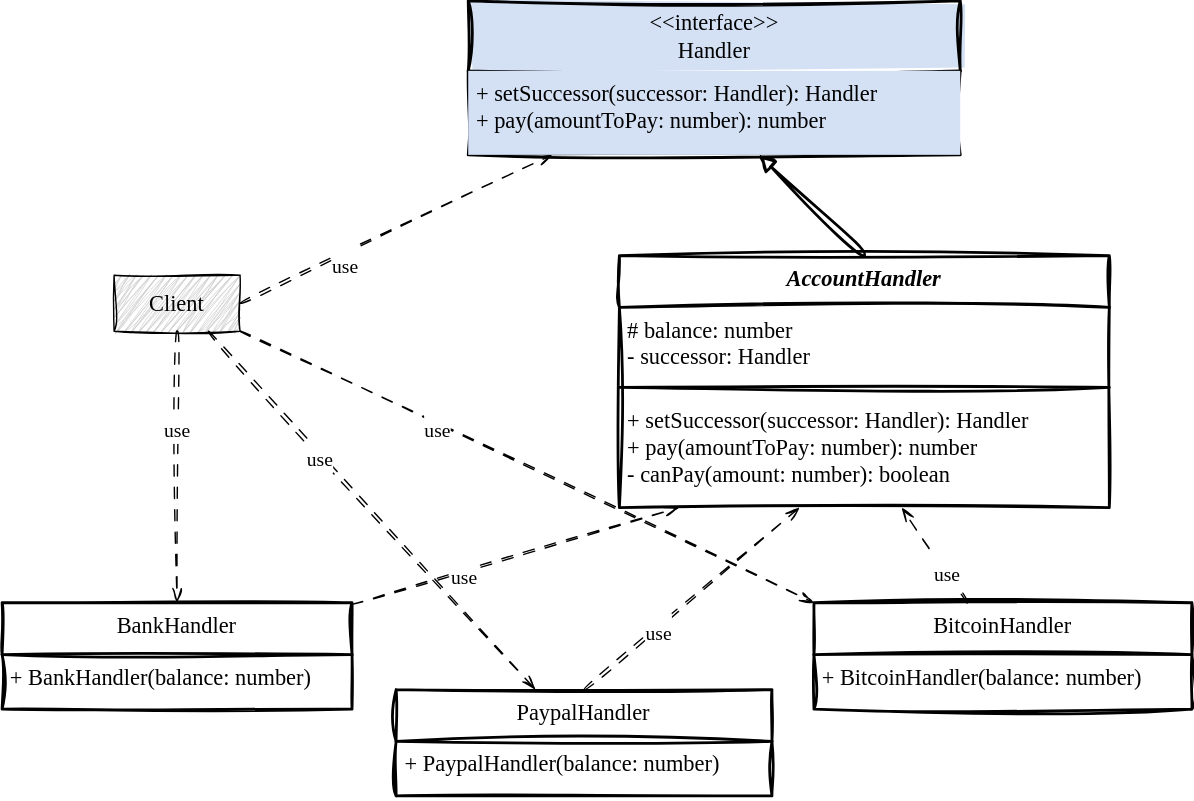
marcusviniciusfa/padroes-de-projeto-em-typescript keeps this draw.io diagram as src/behavioral/chain-of-responsibility/chain-of-responsibility-diagram.svg. Above is the earlier version. Source tidied: cells renumbered, new cells last; positions are measured from the earlier drawing's top-left corner, leaving out a move shared by most shapes.
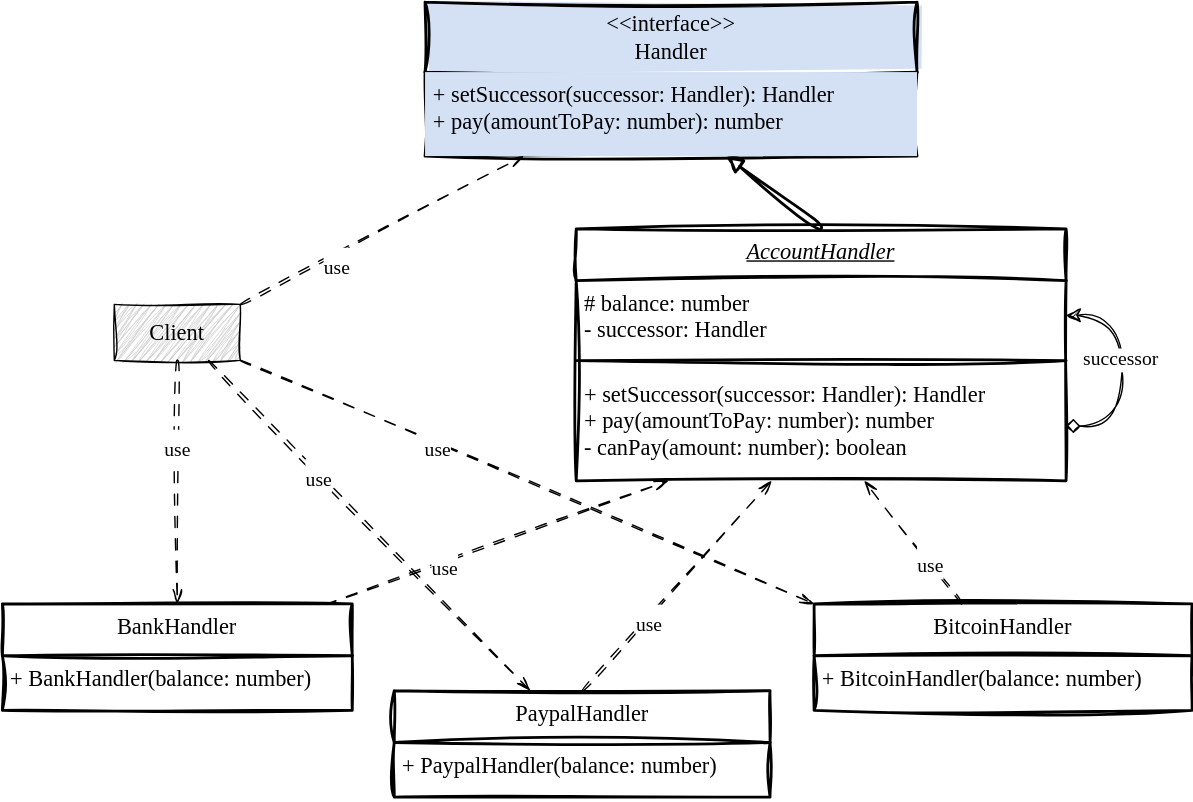
Above is the later version.

Change to the diagram source:
```diff
@@ -2,14 +2,14 @@
   <root>
     <mxCell id="0" />
     <mxCell id="1" parent="0" />
-    <mxCell id="2" style="edgeStyle=none;curved=1;rounded=0;sketch=1;hachureGap=4;jiggle=2;curveFitting=1;jettySize=auto;html=1;exitX=1;exitY=0.5;exitDx=0;exitDy=0;fontFamily=Architects Daughter;fontSource=https%3A%2F%2Ffonts.googleapis.com%2Fcss%3Ffamily%3DArchitects%2BDaughter;fontSize=16;startSize=8;endSize=8;endArrow=openThin;endFill=0;dashed=1;dashPattern=8 8;" parent="1" edge="1" source="4" target="5">
+    <mxCell id="2" style="edgeStyle=none;curved=1;rounded=0;sketch=1;hachureGap=4;jiggle=2;curveFitting=1;jettySize=auto;html=1;exitX=1;exitY=0;exitDx=0;exitDy=0;fontFamily=Architects Daughter;fontSource=https%3A%2F%2Ffonts.googleapis.com%2Fcss%3Ffamily%3DArchitects%2BDaughter;fontSize=16;startSize=8;endSize=8;endArrow=openThin;endFill=0;dashed=1;dashPattern=8 8;" parent="1" edge="1" source="4" target="5">
       <mxGeometry relative="1" as="geometry" />
     </mxCell>
     <mxCell id="3" value="&lt;font style=&quot;font-size: 14px;&quot; face=&quot;Comic Sans MS&quot;&gt;use&lt;/font&gt;" style="edgeLabel;html=1;align=center;verticalAlign=middle;fontSize=20;fontFamily=Architects Daughter;" parent="2" vertex="1">
       <mxGeometry x="-0.35" y="-5" relative="1" as="geometry" />
     </mxCell>
     <mxCell id="4" value="Client" style="html=1;whiteSpace=wrap;sketch=1;hachureGap=4;jiggle=2;curveFitting=1;fontFamily=Comic Sans MS;fontSize=16;fillColor=#CCCCCC;fillStyle=zigzag;" parent="1" vertex="1">
-      <mxGeometry x="80" y="196" width="90" height="40" as="geometry" />
+      <mxGeometry x="111" y="216" width="90" height="40" as="geometry" />
     </mxCell>
     <mxCell id="5" value="&amp;lt;&amp;lt;interface&amp;gt;&amp;gt;&lt;br style=&quot;font-size: 16px;&quot;&gt;Handler" style="swimlane;fontStyle=0;horizontal=1;startSize=50;fillColor=#D4E1F5;hachureGap=4;fontFamily=Comic Sans MS;fontSize=16;strokeColor=default;fontColor=#000000;labelBorderColor=none;labelBackgroundColor=none;swimlaneFillColor=none;shadow=0;sketch=1;curveFitting=1;jiggle=2;html=1;whiteSpace=wrap;align=center;fillStyle=solid;strokeWidth=2;" parent="1" vertex="1">
       <mxGeometry x="333" width="351.5" height="110" as="geometry" />
@@ -29,8 +29,8 @@
         <mxPoint x="422.2" y="434" as="targetPoint" />
       </mxGeometry>
     </mxCell>
-    <mxCell id="9" value="&lt;span style=&quot;font-size: 16px;&quot;&gt;&lt;b style=&quot;&quot;&gt;&lt;i style=&quot;&quot;&gt;AccountHandler&lt;/i&gt;&lt;/b&gt;&lt;/span&gt;" style="swimlane;fontStyle=0;align=center;verticalAlign=top;horizontal=1;startSize=37;whiteSpace=wrap;html=1;sketch=1;hachureGap=4;jiggle=2;curveFitting=1;fontFamily=Comic Sans MS;fontSize=16;strokeWidth=2;" parent="1" vertex="1">
-      <mxGeometry x="441" y="182" width="350" height="180" as="geometry" />
+    <mxCell id="9" value="&lt;span style=&quot;font-size: 16px;&quot;&gt;&lt;u&gt;&lt;i&gt;AccountHandler&lt;/i&gt;&lt;/u&gt;&lt;/span&gt;" style="swimlane;fontStyle=0;align=center;verticalAlign=top;horizontal=1;startSize=37;whiteSpace=wrap;html=1;sketch=1;hachureGap=4;jiggle=2;curveFitting=1;fontFamily=Comic Sans MS;fontSize=16;strokeWidth=2;" parent="1" vertex="1">
+      <mxGeometry x="441" y="162" width="350" height="180" as="geometry" />
     </mxCell>
     <mxCell id="10" value="# balance: number&lt;br&gt;- successor: Handler" style="text;strokeColor=none;fillColor=none;align=left;verticalAlign=top;spacingLeft=4;spacingRight=4;overflow=hidden;points=[[0,0.5],[1,0.5]];portConstraint=eastwest;whiteSpace=wrap;html=1;fontSize=16;fontFamily=Comic Sans MS;strokeWidth=2;" parent="9" vertex="1">
       <mxGeometry y="37" width="350" height="49.5" as="geometry" />
@@ -38,65 +38,76 @@
     <mxCell id="11" style="line;strokeWidth=2;fillColor=none;align=left;verticalAlign=middle;spacingTop=-1;spacingLeft=3;spacingRight=3;labelPosition=right;strokeColor=inherit;sketch=1;hachureGap=4;jiggle=2;curveFitting=1;fontFamily=Comic Sans MS;fontSize=16;" parent="9" vertex="1">
       <mxGeometry y="86.5" width="350" height="15.2" as="geometry" />
     </mxCell>
-    <mxCell id="12" value="+ setSuccessor(successor: Handler): Handler&lt;br style=&quot;border-color: var(--border-color);&quot;&gt;+ pay(amountToPay: number): number&lt;br&gt;- canPay(amount: number): boolean" style="text;strokeColor=none;fillColor=none;align=left;verticalAlign=top;spacingLeft=4;spacingRight=4;overflow=hidden;points=[[0,0.5],[1,0.5]];portConstraint=eastwest;whiteSpace=wrap;html=1;fontSize=16;fontFamily=Comic Sans MS;strokeWidth=2;" parent="9" vertex="1">
-      <mxGeometry y="101.8" width="350" height="78.2" as="geometry" />
+    <mxCell id="12" style="edgeStyle=orthogonalEdgeStyle;rounded=0;sketch=1;hachureGap=4;jiggle=2;curveFitting=1;jettySize=auto;html=1;exitX=1;exitY=0.5;exitDx=0;exitDy=0;fontFamily=Architects Daughter;fontSource=https%3A%2F%2Ffonts.googleapis.com%2Fcss%3Ffamily%3DArchitects%2BDaughter;fontSize=16;startSize=8;endSize=8;curved=1;entryX=1;entryY=0.5;entryDx=0;entryDy=0;endArrow=classic;endFill=1;startArrow=diamond;startFill=0;" parent="9" edge="1" source="14" target="10">
+      <mxGeometry relative="1" as="geometry">
+        <Array as="points">
+          <mxPoint x="390" y="141" />
+          <mxPoint x="390" y="62" />
+        </Array>
+      </mxGeometry>
     </mxCell>
-    <mxCell id="13" style="edgeStyle=none;curved=1;rounded=0;sketch=1;hachureGap=4;jiggle=2;curveFitting=1;jettySize=auto;html=1;fontFamily=Comic Sans MS;fontSize=16;startSize=8;endSize=8;endArrow=block;endFill=0;exitX=0.5;exitY=0;exitDx=0;exitDy=0;strokeWidth=2;fontSource=https%3A%2F%2Ffonts.googleapis.com%2Fcss%3Ffamily%3DArchitects%2BDaughter;" parent="1" edge="1" source="9" target="6">
-      <mxGeometry relative="1" as="geometry" />
+    <mxCell id="13" value="successor" style="edgeLabel;html=1;align=center;verticalAlign=middle;fontSize=14;fontFamily=Comic Sans MS;" parent="12" vertex="1">
+      <mxGeometry x="0.11" y="2" relative="1" as="geometry" />
     </mxCell>
-    <mxCell id="14" value="BankHandler" style="swimlane;fontStyle=0;align=center;verticalAlign=top;horizontal=1;startSize=37;whiteSpace=wrap;html=1;sketch=1;hachureGap=4;jiggle=2;curveFitting=1;fontFamily=Comic Sans MS;fontSize=16;strokeWidth=2;" parent="1" vertex="1">
-      <mxGeometry y="430" width="250" height="76" as="geometry" />
+    <mxCell id="14" value="+ setSuccessor(successor: Handler): Handler&lt;br style=&quot;border-color: var(--border-color);&quot;&gt;+ pay(amountToPay: number): number&lt;br&gt;- canPay(amount: number): boolean" style="text;strokeColor=none;fillColor=none;align=left;verticalAlign=top;spacingLeft=4;spacingRight=4;overflow=hidden;points=[[0,0.5],[1,0.5]];portConstraint=eastwest;whiteSpace=wrap;html=1;fontSize=16;fontFamily=Comic Sans MS;strokeWidth=2;" parent="9" vertex="1">
+      <mxGeometry y="101.8" width="350" height="78.2" as="geometry" />
     </mxCell>
-    <mxCell id="15" value="+&amp;nbsp;BankHandler(balance: number)" style="text;strokeColor=none;fillColor=none;align=left;verticalAlign=top;spacingLeft=4;spacingRight=4;overflow=hidden;whiteSpace=wrap;html=1;fontSize=16;fontFamily=Comic Sans MS;strokeWidth=2;" parent="14" vertex="1">
-      <mxGeometry y="37" width="250" height="39" as="geometry" />
+    <mxCell id="15" style="edgeStyle=none;curved=1;rounded=0;sketch=1;hachureGap=4;jiggle=2;curveFitting=1;jettySize=auto;html=1;fontFamily=Comic Sans MS;fontSize=16;startSize=8;endSize=8;endArrow=block;endFill=0;exitX=0.5;exitY=0;exitDx=0;exitDy=0;strokeWidth=2;fontSource=https%3A%2F%2Ffonts.googleapis.com%2Fcss%3Ffamily%3DArchitects%2BDaughter;" parent="1" edge="1" source="9" target="6">
+      <mxGeometry relative="1" as="geometry" />
     </mxCell>
-    <mxCell id="16" value="PaypalHandler" style="swimlane;fontStyle=0;align=center;verticalAlign=top;horizontal=1;startSize=37;whiteSpace=wrap;html=1;sketch=1;hachureGap=4;jiggle=2;curveFitting=1;fontFamily=Comic Sans MS;fontSize=16;strokeWidth=2;" parent="1" vertex="1">
-      <mxGeometry x="281.5" y="492" width="268.5" height="76" as="geometry" />
+    <mxCell id="16" value="BankHandler" style="swimlane;fontStyle=0;align=center;verticalAlign=top;horizontal=1;startSize=37;whiteSpace=wrap;html=1;sketch=1;hachureGap=4;jiggle=2;curveFitting=1;fontFamily=Comic Sans MS;fontSize=16;strokeWidth=2;" parent="1" vertex="1">
+      <mxGeometry x="31" y="430" width="250" height="76" as="geometry" />
     </mxCell>
-    <mxCell id="17" value="+&amp;nbsp;PaypalHandler(balance: number)" style="text;strokeColor=none;fillColor=none;align=left;verticalAlign=top;spacingLeft=4;spacingRight=4;overflow=hidden;whiteSpace=wrap;html=1;fontSize=16;fontFamily=Comic Sans MS;strokeWidth=2;" parent="16" vertex="1">
-      <mxGeometry y="37" width="268.5" height="39" as="geometry" />
+    <mxCell id="17" value="+&amp;nbsp;BankHandler(balance: number)" style="text;strokeColor=none;fillColor=none;align=left;verticalAlign=top;spacingLeft=4;spacingRight=4;overflow=hidden;whiteSpace=wrap;html=1;fontSize=16;fontFamily=Comic Sans MS;strokeWidth=2;" parent="16" vertex="1">
+      <mxGeometry y="37" width="250" height="39" as="geometry" />
     </mxCell>
-    <mxCell id="18" value="BitcoinHandler" style="swimlane;fontStyle=0;align=center;verticalAlign=top;horizontal=1;startSize=37;whiteSpace=wrap;html=1;sketch=1;hachureGap=4;jiggle=2;curveFitting=1;fontFamily=Comic Sans MS;fontSize=16;strokeWidth=2;" parent="1" vertex="1">
-      <mxGeometry x="580" y="430" width="270" height="76" as="geometry" />
+    <mxCell id="18" value="PaypalHandler" style="swimlane;fontStyle=0;align=center;verticalAlign=top;horizontal=1;startSize=37;whiteSpace=wrap;html=1;sketch=1;hachureGap=4;jiggle=2;curveFitting=1;fontFamily=Comic Sans MS;fontSize=16;strokeWidth=2;" parent="1" vertex="1">
+      <mxGeometry x="311" y="492" width="268.5" height="76" as="geometry" />
     </mxCell>
-    <mxCell id="19" value="+&amp;nbsp;BitcoinHandler(balance: number)" style="text;strokeColor=none;fillColor=none;align=left;verticalAlign=top;spacingLeft=4;spacingRight=4;overflow=hidden;whiteSpace=wrap;html=1;fontSize=16;fontFamily=Comic Sans MS;strokeWidth=2;" parent="18" vertex="1">
-      <mxGeometry y="37" width="270" height="39" as="geometry" />
+    <mxCell id="19" value="+&amp;nbsp;PaypalHandler(balance: number)" style="text;strokeColor=none;fillColor=none;align=left;verticalAlign=top;spacingLeft=4;spacingRight=4;overflow=hidden;whiteSpace=wrap;html=1;fontSize=16;fontFamily=Comic Sans MS;strokeWidth=2;" parent="18" vertex="1">
+      <mxGeometry y="37" width="268.5" height="39" as="geometry" />
     </mxCell>
-    <mxCell id="20" style="edgeStyle=none;curved=1;rounded=0;sketch=1;hachureGap=4;jiggle=2;curveFitting=1;jettySize=auto;html=1;fontFamily=Architects Daughter;fontSource=https%3A%2F%2Ffonts.googleapis.com%2Fcss%3Ffamily%3DArchitects%2BDaughter;fontSize=16;startSize=8;endSize=8;dashed=1;dashPattern=8 8;endArrow=openThin;endFill=0;" parent="1" edge="1" source="14" target="12">
-      <mxGeometry relative="1" as="geometry" />
+    <mxCell id="20" value="BitcoinHandler" style="swimlane;fontStyle=0;align=center;verticalAlign=top;horizontal=1;startSize=37;whiteSpace=wrap;html=1;sketch=1;hachureGap=4;jiggle=2;curveFitting=1;fontFamily=Comic Sans MS;fontSize=16;strokeWidth=2;" parent="1" vertex="1">
+      <mxGeometry x="611" y="430" width="270" height="76" as="geometry" />
     </mxCell>
-    <mxCell id="21" value="&lt;font face=&quot;Comic Sans MS&quot; style=&quot;font-size: 14px;&quot;&gt;use&lt;/font&gt;" style="edgeLabel;html=1;align=center;verticalAlign=middle;fontSize=20;fontFamily=Architects Daughter;sketch=1;hachureGap=4;jiggle=2;curveFitting=1;fontSource=https%3A%2F%2Ffonts.googleapis.com%2Fcss%3Ffamily%3DArchitects%2BDaughter;" parent="20" vertex="1">
-      <mxGeometry x="-0.31" y="-1" relative="1" as="geometry" />
+    <mxCell id="21" value="+&amp;nbsp;BitcoinHandler(balance: number)" style="text;strokeColor=none;fillColor=none;align=left;verticalAlign=top;spacingLeft=4;spacingRight=4;overflow=hidden;whiteSpace=wrap;html=1;fontSize=16;fontFamily=Comic Sans MS;strokeWidth=2;" parent="20" vertex="1">
+      <mxGeometry y="37" width="270" height="39" as="geometry" />
     </mxCell>
-    <mxCell id="22" style="edgeStyle=none;curved=1;rounded=0;sketch=1;hachureGap=4;jiggle=2;curveFitting=1;jettySize=auto;html=1;exitX=0.5;exitY=0;exitDx=0;exitDy=0;fontFamily=Architects Daughter;fontSource=https%3A%2F%2Ffonts.googleapis.com%2Fcss%3Ffamily%3DArchitects%2BDaughter;fontSize=16;startSize=8;endSize=8;dashed=1;dashPattern=8 8;endArrow=openThin;endFill=0;" parent="1" edge="1" source="16" target="12">
+    <mxCell id="22" style="edgeStyle=none;curved=1;rounded=0;sketch=1;hachureGap=4;jiggle=2;curveFitting=1;jettySize=auto;html=1;fontFamily=Architects Daughter;fontSource=https%3A%2F%2Ffonts.googleapis.com%2Fcss%3Ffamily%3DArchitects%2BDaughter;fontSize=16;startSize=8;endSize=8;dashed=1;dashPattern=8 8;endArrow=openThin;endFill=0;" parent="1" edge="1" source="16" target="14">
       <mxGeometry relative="1" as="geometry" />
     </mxCell>
     <mxCell id="23" value="&lt;font face=&quot;Comic Sans MS&quot; style=&quot;font-size: 14px;&quot;&gt;use&lt;/font&gt;" style="edgeLabel;html=1;align=center;verticalAlign=middle;fontSize=20;fontFamily=Architects Daughter;sketch=1;hachureGap=4;jiggle=2;curveFitting=1;fontSource=https%3A%2F%2Ffonts.googleapis.com%2Fcss%3Ffamily%3DArchitects%2BDaughter;" parent="22" vertex="1">
       <mxGeometry x="-0.31" y="-1" relative="1" as="geometry" />
     </mxCell>
-    <mxCell id="24" style="edgeStyle=none;curved=1;rounded=0;sketch=1;hachureGap=4;jiggle=2;curveFitting=1;jettySize=auto;html=1;fontFamily=Architects Daughter;fontSource=https%3A%2F%2Ffonts.googleapis.com%2Fcss%3Ffamily%3DArchitects%2BDaughter;fontSize=16;startSize=8;endSize=8;dashed=1;dashPattern=8 8;endArrow=openThin;endFill=0;" parent="1" edge="1" source="18" target="12">
+    <mxCell id="24" style="edgeStyle=none;curved=1;rounded=0;sketch=1;hachureGap=4;jiggle=2;curveFitting=1;jettySize=auto;html=1;exitX=0.5;exitY=0;exitDx=0;exitDy=0;fontFamily=Architects Daughter;fontSource=https%3A%2F%2Ffonts.googleapis.com%2Fcss%3Ffamily%3DArchitects%2BDaughter;fontSize=16;startSize=8;endSize=8;dashed=1;dashPattern=8 8;endArrow=openThin;endFill=0;" parent="1" edge="1" source="18" target="14">
       <mxGeometry relative="1" as="geometry" />
     </mxCell>
     <mxCell id="25" value="&lt;font face=&quot;Comic Sans MS&quot; style=&quot;font-size: 14px;&quot;&gt;use&lt;/font&gt;" style="edgeLabel;html=1;align=center;verticalAlign=middle;fontSize=20;fontFamily=Architects Daughter;sketch=1;hachureGap=4;jiggle=2;curveFitting=1;fontSource=https%3A%2F%2Ffonts.googleapis.com%2Fcss%3Ffamily%3DArchitects%2BDaughter;" parent="24" vertex="1">
       <mxGeometry x="-0.31" y="-1" relative="1" as="geometry" />
     </mxCell>
-    <mxCell id="26" style="edgeStyle=none;curved=1;rounded=0;sketch=1;hachureGap=4;jiggle=2;curveFitting=1;jettySize=auto;html=1;exitX=0.5;exitY=1;exitDx=0;exitDy=0;fontFamily=Architects Daughter;fontSource=https%3A%2F%2Ffonts.googleapis.com%2Fcss%3Ffamily%3DArchitects%2BDaughter;fontSize=16;startSize=8;endSize=8;dashed=1;dashPattern=8 8;endArrow=openThin;endFill=0;" parent="1" edge="1" source="4" target="14">
+    <mxCell id="26" style="edgeStyle=none;curved=1;rounded=0;sketch=1;hachureGap=4;jiggle=2;curveFitting=1;jettySize=auto;html=1;fontFamily=Architects Daughter;fontSource=https%3A%2F%2Ffonts.googleapis.com%2Fcss%3Ffamily%3DArchitects%2BDaughter;fontSize=16;startSize=8;endSize=8;dashed=1;dashPattern=8 8;endArrow=openThin;endFill=0;" parent="1" edge="1" source="20" target="14">
       <mxGeometry relative="1" as="geometry" />
     </mxCell>
     <mxCell id="27" value="&lt;font face=&quot;Comic Sans MS&quot; style=&quot;font-size: 14px;&quot;&gt;use&lt;/font&gt;" style="edgeLabel;html=1;align=center;verticalAlign=middle;fontSize=20;fontFamily=Architects Daughter;sketch=1;hachureGap=4;jiggle=2;curveFitting=1;fontSource=https%3A%2F%2Ffonts.googleapis.com%2Fcss%3Ffamily%3DArchitects%2BDaughter;" parent="26" vertex="1">
       <mxGeometry x="-0.31" y="-1" relative="1" as="geometry" />
     </mxCell>
-    <mxCell id="28" style="edgeStyle=none;curved=1;rounded=0;sketch=1;hachureGap=4;jiggle=2;curveFitting=1;jettySize=auto;html=1;exitX=0.75;exitY=1;exitDx=0;exitDy=0;fontFamily=Architects Daughter;fontSource=https%3A%2F%2Ffonts.googleapis.com%2Fcss%3Ffamily%3DArchitects%2BDaughter;fontSize=16;startSize=8;endSize=8;dashed=1;dashPattern=8 8;endArrow=openThin;endFill=0;" parent="1" edge="1" source="4" target="16">
+    <mxCell id="28" style="edgeStyle=none;curved=1;rounded=0;sketch=1;hachureGap=4;jiggle=2;curveFitting=1;jettySize=auto;html=1;fontFamily=Architects Daughter;fontSource=https%3A%2F%2Ffonts.googleapis.com%2Fcss%3Ffamily%3DArchitects%2BDaughter;fontSize=16;startSize=8;endSize=8;dashed=1;dashPattern=8 8;endArrow=openThin;endFill=0;exitX=0.5;exitY=1;exitDx=0;exitDy=0;" parent="1" edge="1" source="4" target="16">
       <mxGeometry relative="1" as="geometry" />
     </mxCell>
     <mxCell id="29" value="&lt;font face=&quot;Comic Sans MS&quot; style=&quot;font-size: 14px;&quot;&gt;use&lt;/font&gt;" style="edgeLabel;html=1;align=center;verticalAlign=middle;fontSize=20;fontFamily=Architects Daughter;sketch=1;hachureGap=4;jiggle=2;curveFitting=1;fontSource=https%3A%2F%2Ffonts.googleapis.com%2Fcss%3Ffamily%3DArchitects%2BDaughter;" parent="28" vertex="1">
       <mxGeometry x="-0.31" y="-1" relative="1" as="geometry" />
     </mxCell>
-    <mxCell id="30" style="edgeStyle=none;curved=1;rounded=0;sketch=1;hachureGap=4;jiggle=2;curveFitting=1;jettySize=auto;html=1;exitX=1;exitY=1;exitDx=0;exitDy=0;fontFamily=Architects Daughter;fontSource=https%3A%2F%2Ffonts.googleapis.com%2Fcss%3Ffamily%3DArchitects%2BDaughter;fontSize=16;startSize=8;endSize=8;dashed=1;dashPattern=8 8;endArrow=openThin;endFill=0;entryX=0;entryY=0;entryDx=0;entryDy=0;" parent="1" edge="1" source="4" target="18">
+    <mxCell id="30" style="edgeStyle=none;curved=1;rounded=0;sketch=1;hachureGap=4;jiggle=2;curveFitting=1;jettySize=auto;html=1;exitX=0.75;exitY=1;exitDx=0;exitDy=0;fontFamily=Architects Daughter;fontSource=https%3A%2F%2Ffonts.googleapis.com%2Fcss%3Ffamily%3DArchitects%2BDaughter;fontSize=16;startSize=8;endSize=8;dashed=1;dashPattern=8 8;endArrow=openThin;endFill=0;" parent="1" edge="1" source="4" target="18">
       <mxGeometry relative="1" as="geometry" />
     </mxCell>
     <mxCell id="31" value="&lt;font face=&quot;Comic Sans MS&quot; style=&quot;font-size: 14px;&quot;&gt;use&lt;/font&gt;" style="edgeLabel;html=1;align=center;verticalAlign=middle;fontSize=20;fontFamily=Architects Daughter;sketch=1;hachureGap=4;jiggle=2;curveFitting=1;fontSource=https%3A%2F%2Ffonts.googleapis.com%2Fcss%3Ffamily%3DArchitects%2BDaughter;" parent="30" vertex="1">
       <mxGeometry x="-0.31" y="-1" relative="1" as="geometry" />
     </mxCell>
+    <mxCell id="32" style="edgeStyle=none;curved=1;rounded=0;sketch=1;hachureGap=4;jiggle=2;curveFitting=1;jettySize=auto;html=1;exitX=1;exitY=1;exitDx=0;exitDy=0;fontFamily=Architects Daughter;fontSource=https%3A%2F%2Ffonts.googleapis.com%2Fcss%3Ffamily%3DArchitects%2BDaughter;fontSize=16;startSize=8;endSize=8;dashed=1;dashPattern=8 8;endArrow=openThin;endFill=0;entryX=0;entryY=0;entryDx=0;entryDy=0;" parent="1" edge="1" source="4" target="20">
+      <mxGeometry relative="1" as="geometry" />
+    </mxCell>
+    <mxCell id="33" value="&lt;font face=&quot;Comic Sans MS&quot; style=&quot;font-size: 14px;&quot;&gt;use&lt;/font&gt;" style="edgeLabel;html=1;align=center;verticalAlign=middle;fontSize=20;fontFamily=Architects Daughter;sketch=1;hachureGap=4;jiggle=2;curveFitting=1;fontSource=https%3A%2F%2Ffonts.googleapis.com%2Fcss%3Ffamily%3DArchitects%2BDaughter;" parent="32" vertex="1">
+      <mxGeometry x="-0.31" y="-1" relative="1" as="geometry" />
+    </mxCell>
   </root>
 </mxGraphModel>
```
